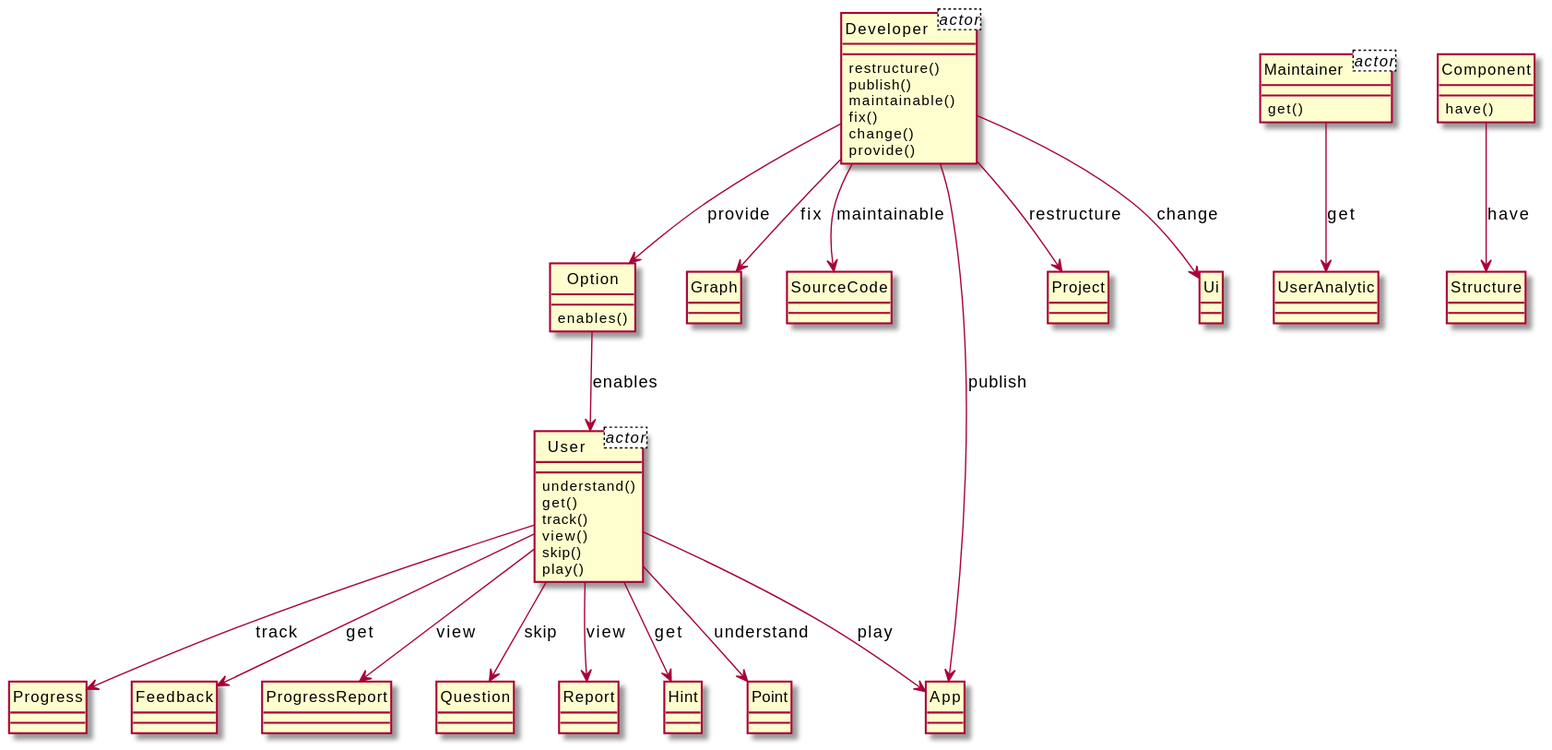
Before: output/diagram_5/2019-USC-Project07.svg, a diagram exported from PlantUML (xixixhalu/DomainModelExtractor). Its diagram source:
```plantuml
@startuml
hide circle
class User<actor> {
}
class Developer<actor> {
}
class Maintainer<actor> {
}
class Component {
	have()
}
class Structure {
}
class Option {
	enables()
}
class User {
	understand()
	get()
	track()
	view()
	skip()
	play()
}
class Point {
}
class Progress {
}
class Developer {
	restructure()
	publish()
	maintainable()
	fix()
	change()
	provide()
}
class Graph {
}
class Feedback {
}
class SourceCode {
}
class ProgressReport {
}
class App {
}
class Question {
}
class Project {
}
class Ui {
}
class Report {
}
class Hint {
}
class Maintainer {
	get()
}
class UserAnalytic {
}
Developer --> Graph : fix
User --> Point : understand
Component --> Structure : have
User --> ProgressReport : view
Developer --> Ui : change
User --> Report : view
User --> App : play
User --> Feedback : get
Maintainer --> UserAnalytic : get
User --> Progress : track
Developer --> Project : restructure
Developer --> App : publish
Option --> User : enables
Developer --> SourceCode : maintainable
Developer --> Option : provide
User --> Hint : get
User --> Question : skip
@enduml
```
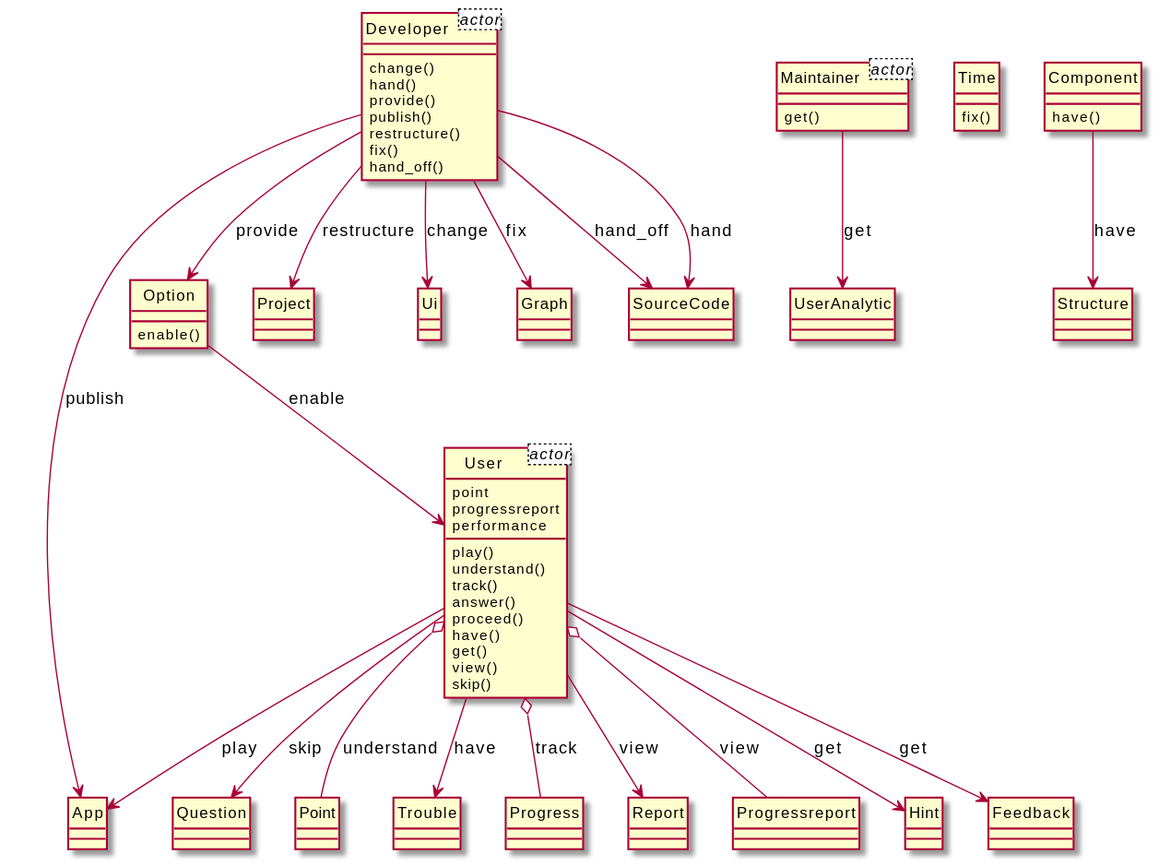
Above is the later version.

Change to the diagram source:
```diff
@@ -1,79 +1,93 @@
 @startuml
 hide circle
 class User<actor> {
+	point
+	progressreport
+	performance
 }
 class Developer<actor> {
 }
 class Maintainer<actor> {
+}
+class Developer {
+	change()
+	hand()
+	provide()
+	publish()
+	restructure()
+	fix()
+	hand_off()
+}
+class App {
+}
+class User {
+	play()
+	understand()
+	track()
+	answer()
+	proceed()
+	have()
+	get()
+	view()
+	skip()
+}
+class Question {
+}
+class Time {
+	fix()
+}
+class Option {
+	enable()
+}
+class Project {
+}
+class Point {
+}
+class Ui {
+}
+class Maintainer {
+	get()
+}
+class UserAnalytic {
+}
+class Graph {
+}
+class SourceCode {
+}
+class Trouble {
+}
+class Progress {
+}
+class Report {
 }
 class Component {
 	have()
 }
 class Structure {
 }
-class Option {
-	enables()
+class Progressreport {
 }
-class User {
-	understand()
-	get()
-	track()
-	view()
-	skip()
-	play()
-}
-class Point {
-}
-class Progress {
-}
-class Developer {
-	restructure()
-	publish()
-	maintainable()
-	fix()
-	change()
-	provide()
-}
-class Graph {
+class Hint {
 }
 class Feedback {
 }
-class SourceCode {
-}
-class ProgressReport {
-}
-class App {
-}
-class Question {
-}
-class Project {
-}
-class Ui {
-}
-class Report {
-}
-class Hint {
-}
-class Maintainer {
-	get()
-}
-class UserAnalytic {
-}
+User --> Question : skip
+User o-- Progressreport : view
+Developer --> Ui : change
+User --> Hint : get
+Maintainer --> UserAnalytic : get
+User --> Feedback : get
 Developer --> Graph : fix
-User --> Point : understand
+Developer --> SourceCode : hand_off
+Developer --> Project : restructure
+Option --> User : enable
+Developer --> SourceCode : hand
+Developer --> Option : provide
+User --> Trouble : have
+User o-- Progress : track
+User --> Report : view
+User o-- Point : understand
 Component --> Structure : have
-User --> ProgressReport : view
-Developer --> Ui : change
-User --> Report : view
+Developer --> App : publish
 User --> App : play
-User --> Feedback : get
-Maintainer --> UserAnalytic : get
-User --> Progress : track
-Developer --> Project : restructure
-Developer --> App : publish
-Option --> User : enables
-Developer --> SourceCode : maintainable
-Developer --> Option : provide
-User --> Hint : get
-User --> Question : skip
 @enduml
```
